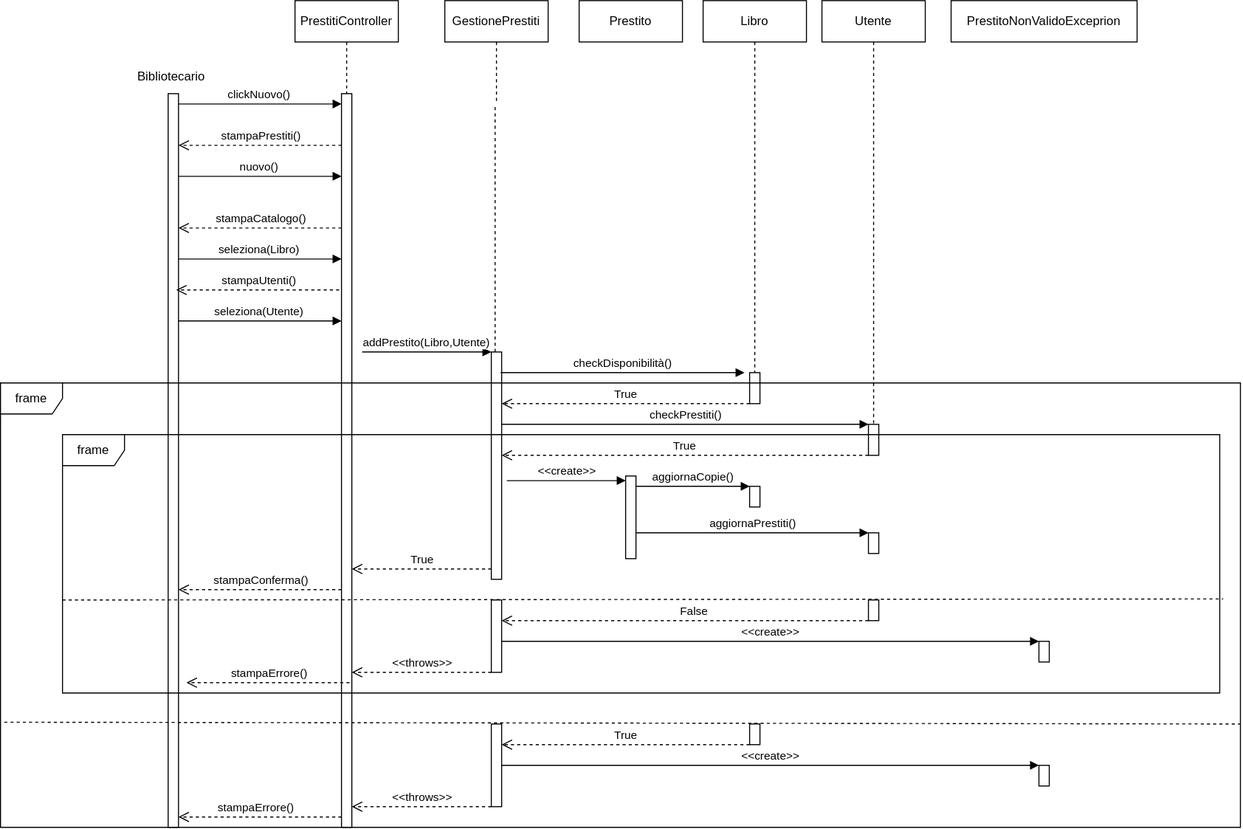
This is Design/DiagrammaSequenzaPrestito.svg from doppiaaa/Progetto-Biblioteca-Ingegneria-del-Software, a draw.io export, as it was before one commit. Source tidied: cells renumbered, new cells last; positions are measured from the earlier drawing's top-left corner, leaving out a move shared by most shapes.
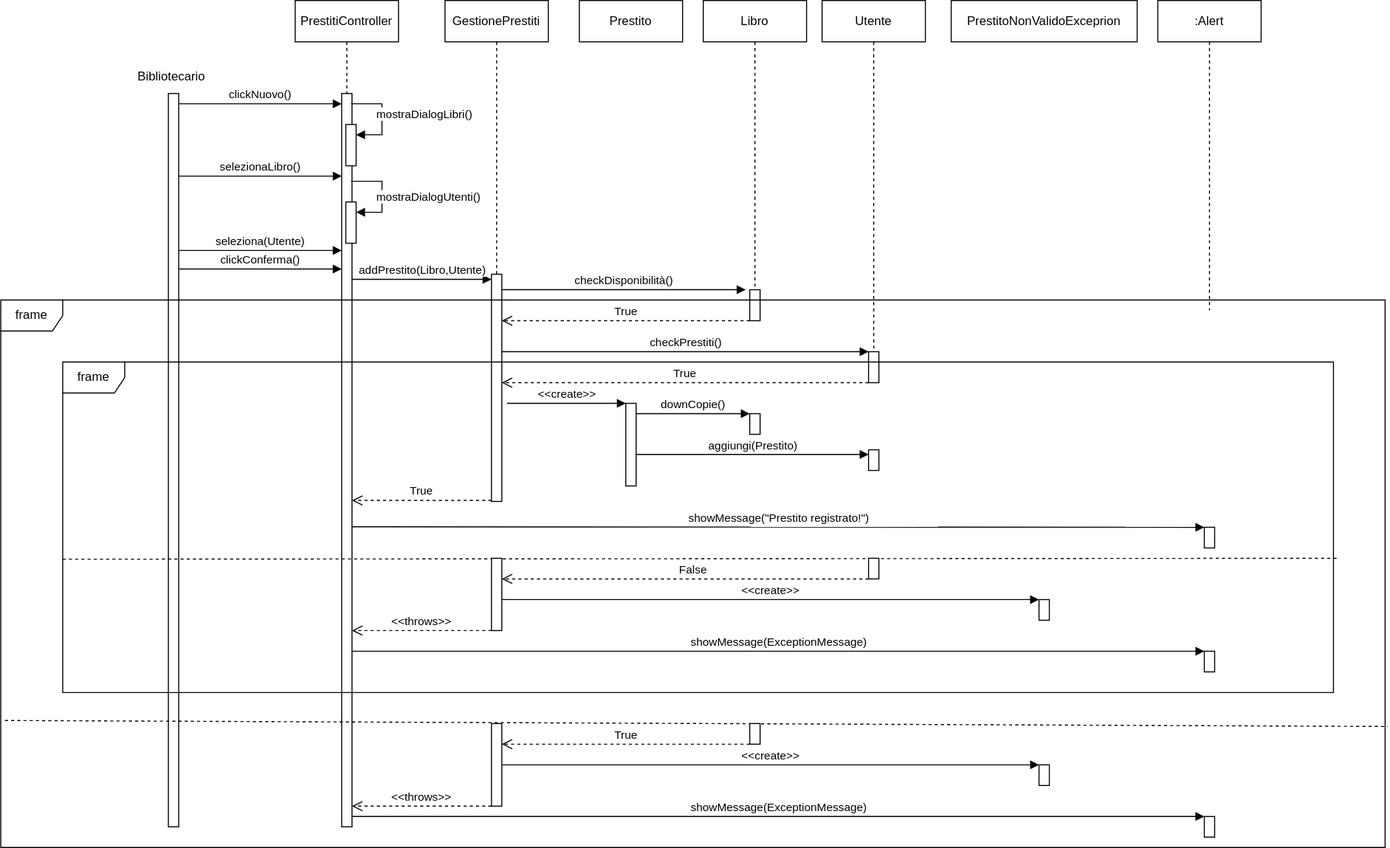
After the commit.

What changed in the source:
```diff
@@ -17,4 +17,7 @@
     <mxCell id="6" value="GestionePrestiti" style="shape=umlLifeline;perimeter=lifelinePerimeter;whiteSpace=wrap;html=1;outlineConnect=0;portConstraint=eastwest;newEdgeStyle={&quot;curved&quot;:0,&quot;rounded&quot;:0};" parent="1" vertex="1">
-      <mxGeometry x="430" width="100" height="100" as="geometry" />
+      <mxGeometry x="430" width="100" height="485" as="geometry" />
     </mxCell>
+    <mxCell id="19" style="html=1;points=[[0,0,0,0,5],[0,1,0,0,-5],[1,0,0,0,5],[1,1,0,0,-5]];perimeter=orthogonalPerimeter;outlineConnect=0;targetShapes=umlLifeline;portConstraint=eastwest;newEdgeStyle={&quot;curved&quot;:0,&quot;rounded&quot;:0};" parent="6" vertex="1">
+      <mxGeometry x="45" y="265" width="10" height="220" as="geometry" />
+    </mxCell>
     <mxCell id="7" value="Prestito" style="shape=umlLifeline;perimeter=lifelinePerimeter;whiteSpace=wrap;html=1;newEdgeStyle={&quot;curved&quot;:0,&quot;rounded&quot;:0};" parent="1" vertex="1">
@@ -23,7 +26,10 @@
     <mxCell id="8" value="Utente" style="shape=umlLifeline;perimeter=lifelinePerimeter;whiteSpace=wrap;html=1;newEdgeStyle={&quot;curved&quot;:0,&quot;rounded&quot;:0};" parent="1" vertex="1">
-      <mxGeometry x="795" width="100" height="410" as="geometry" />
+      <mxGeometry x="795" width="100" height="340" as="geometry" />
     </mxCell>
     <mxCell id="9" value="Libro" style="shape=umlLifeline;perimeter=lifelinePerimeter;whiteSpace=wrap;html=1;newEdgeStyle={&quot;curved&quot;:0,&quot;rounded&quot;:0};" parent="1" vertex="1">
-      <mxGeometry x="680" width="100" height="360" as="geometry" />
+      <mxGeometry x="680" width="100" height="280" as="geometry" />
     </mxCell>
+    <mxCell id="26" style="html=1;perimeter=orthogonalPerimeter;targetShapes=umlLifeline;newEdgeStyle={&quot;curved&quot;:0,&quot;rounded&quot;:0};" parent="9" vertex="1">
+      <mxGeometry x="45" y="280" width="10" height="30" as="geometry" />
+    </mxCell>
     <mxCell id="10" value="clickNuovo()" style="html=1;verticalAlign=bottom;endArrow=block;curved=0;rounded=0;" parent="1" edge="1" target="4">
@@ -33,22 +39,6 @@
     </mxCell>
-    <mxCell id="11" value="stampaPrestiti()" style="html=1;verticalAlign=bottom;endArrow=open;dashed=1;endSize=8;curved=0;rounded=0;" parent="1" edge="1">
-      <mxGeometry relative="1" as="geometry">
-        <mxPoint x="330" y="140" as="sourcePoint" />
-        <mxPoint x="172.2" y="140" as="targetPoint" />
-      </mxGeometry>
-    </mxCell>
-    <mxCell id="12" value="nuovo()" style="html=1;verticalAlign=bottom;endArrow=block;curved=0;rounded=0;" parent="1" edge="1" target="4">
-      <mxGeometry relative="1" as="geometry">
-        <mxPoint x="172.2" y="170" as="sourcePoint" />
-      </mxGeometry>
-    </mxCell>
-    <mxCell id="13" value="stampaCatalogo()" style="html=1;verticalAlign=bottom;endArrow=open;dashed=1;endSize=8;curved=0;rounded=0;" parent="1" edge="1">
-      <mxGeometry relative="1" as="geometry">
-        <mxPoint x="330" y="220" as="sourcePoint" />
-        <mxPoint x="172.2" y="220" as="targetPoint" />
-      </mxGeometry>
-    </mxCell>
-    <mxCell id="14" value="seleziona(Libro)" style="html=1;verticalAlign=bottom;endArrow=block;curved=0;rounded=0;" parent="1" edge="1" target="4">
+    <mxCell id="14" value="selezionaLibro()" style="html=1;verticalAlign=bottom;endArrow=block;curved=0;rounded=0;" parent="1" edge="1">
       <mxGeometry relative="1" as="geometry">
-        <mxPoint x="172.2" y="250" as="sourcePoint" />
+        <mxPoint x="172.2" y="170" as="sourcePoint" />
+        <mxPoint x="330" y="170" as="targetPoint" />
       </mxGeometry>
@@ -58,29 +48,20 @@
     </mxCell>
-    <mxCell id="16" value="stampaUtenti()" style="html=1;verticalAlign=bottom;endArrow=open;dashed=1;endSize=8;curved=0;rounded=0;" parent="1" edge="1">
-      <mxGeometry relative="1" as="geometry">
-        <mxPoint x="327.8" y="280" as="sourcePoint" />
-        <mxPoint x="170" y="280" as="targetPoint" />
-      </mxGeometry>
-    </mxCell>
     <mxCell id="17" value="seleziona(Utente)" style="html=1;verticalAlign=bottom;endArrow=block;curved=0;rounded=0;" parent="1" edge="1">
       <mxGeometry relative="1" as="geometry">
-        <mxPoint x="172.2" y="310" as="sourcePoint" />
-        <mxPoint x="330" y="310" as="targetPoint" />
+        <mxPoint x="172.2" y="242" as="sourcePoint" />
+        <mxPoint x="330" y="242" as="targetPoint" />
       </mxGeometry>
     </mxCell>
-    <mxCell id="18" style="endArrow=none;dashed=1;html=1;rounded=0;" parent="1" edge="1" source="19" target="6">
-      <mxGeometry relative="1" as="geometry" />
-    </mxCell>
-    <mxCell id="19" style="html=1;points=[[0,0,0,0,5],[0,1,0,0,-5],[1,0,0,0,5],[1,1,0,0,-5]];perimeter=orthogonalPerimeter;outlineConnect=0;targetShapes=umlLifeline;portConstraint=eastwest;newEdgeStyle={&quot;curved&quot;:0,&quot;rounded&quot;:0};" parent="1" vertex="1">
-      <mxGeometry x="475" y="340" width="10" height="220" as="geometry" />
-    </mxCell>
-    <mxCell id="20" value="addPrestito(Libro,Utente)" style="html=1;verticalAlign=bottom;endArrow=block;curved=0;rounded=0;" parent="1" edge="1" target="19">
+    <mxCell id="20" value="addPrestito(Libro,Utente)" style="html=1;verticalAlign=bottom;endArrow=block;curved=0;rounded=0;" parent="1" edge="1">
       <mxGeometry relative="1" as="geometry">
-        <mxPoint x="350" y="340" as="sourcePoint" />
+        <mxPoint x="340" y="270" as="sourcePoint" />
+        <mxPoint x="475" y="270" as="targetPoint" />
       </mxGeometry>
     </mxCell>
-    <mxCell id="21" value="checkPrestiti()" style="html=1;verticalAlign=bottom;endArrow=block;curved=0;rounded=0;" parent="1" edge="1" source="19" target="28">
+    <mxCell id="21" value="checkPrestiti()" style="html=1;verticalAlign=bottom;endArrow=block;curved=0;rounded=0;" parent="1" edge="1">
       <mxGeometry relative="1" as="geometry">
+        <mxPoint x="485" y="340" as="sourcePoint" />
+        <mxPoint x="840" y="340" as="targetPoint" />
         <Array as="points">
-          <mxPoint x="740" y="410" />
+          <mxPoint x="740" y="340" />
         </Array>
@@ -88,32 +69,12 @@
     </mxCell>
-    <mxCell id="22" value="stampaConferma()" style="html=1;verticalAlign=bottom;endArrow=open;dashed=1;endSize=8;curved=0;rounded=0;" parent="1" edge="1">
-      <mxGeometry relative="1" as="geometry">
-        <mxPoint x="330" y="570" as="sourcePoint" />
-        <mxPoint x="172.2" y="570" as="targetPoint" />
-      </mxGeometry>
-    </mxCell>
-    <mxCell id="23" style="html=1;verticalAlign=bottom;endArrow=open;dashed=1;endSize=8;curved=0;rounded=0;" parent="1" edge="1">
-      <mxGeometry relative="1" as="geometry">
-        <mxPoint x="330" y="790" as="sourcePoint" />
-        <mxPoint x="172.2" y="790" as="targetPoint" />
-      </mxGeometry>
-    </mxCell>
-    <mxCell id="24" value="stampaErrore()" style="edgeLabel;html=1;align=center;verticalAlign=middle;" parent="23" vertex="1">
-      <mxGeometry x="0.05" y="-1" relative="1" as="geometry">
-        <mxPoint y="-9" as="offset" />
-      </mxGeometry>
-    </mxCell>
     <mxCell id="25" value="checkDisponibilità()" style="html=1;verticalAlign=bottom;endArrow=block;curved=0;rounded=0;" parent="1" edge="1">
       <mxGeometry relative="1" as="geometry">
-        <mxPoint x="484" y="360" as="sourcePoint" />
-        <mxPoint x="720" y="360" as="targetPoint" />
+        <mxPoint x="485" y="280" as="sourcePoint" />
+        <mxPoint x="721" y="280" as="targetPoint" />
       </mxGeometry>
     </mxCell>
-    <mxCell id="26" style="html=1;perimeter=orthogonalPerimeter;targetShapes=umlLifeline;newEdgeStyle={&quot;curved&quot;:0,&quot;rounded&quot;:0};" parent="1" vertex="1">
-      <mxGeometry x="725" y="360" width="10" height="30" as="geometry" />
-    </mxCell>
     <mxCell id="27" value="True" style="html=1;verticalAlign=bottom;endArrow=open;dashed=1;endSize=8;curved=0;rounded=0;" parent="1" edge="1">
       <mxGeometry relative="1" as="geometry">
-        <mxPoint x="725" y="390" as="sourcePoint" />
-        <mxPoint x="485" y="390" as="targetPoint" />
+        <mxPoint x="725" y="310" as="sourcePoint" />
+        <mxPoint x="485" y="310" as="targetPoint" />
       </mxGeometry>
@@ -121,3 +82,3 @@
     <mxCell id="28" style="html=1;points=[[0,0,0,0,5],[0,1,0,0,-5],[1,0,0,0,5],[1,1,0,0,-5]];perimeter=orthogonalPerimeter;outlineConnect=0;targetShapes=umlLifeline;portConstraint=eastwest;newEdgeStyle={&quot;curved&quot;:0,&quot;rounded&quot;:0};" parent="1" vertex="1">
-      <mxGeometry x="840" y="410" width="10" height="30" as="geometry" />
+      <mxGeometry x="840" y="340" width="10" height="30" as="geometry" />
     </mxCell>
@@ -125,4 +86,4 @@
       <mxGeometry relative="1" as="geometry">
-        <mxPoint x="840" y="440" as="sourcePoint" />
-        <mxPoint x="485" y="440" as="targetPoint" />
+        <mxPoint x="840" y="370" as="sourcePoint" />
+        <mxPoint x="485" y="370" as="targetPoint" />
       </mxGeometry>
@@ -131,4 +92,4 @@
       <mxGeometry relative="1" as="geometry">
-        <mxPoint x="490" y="464.5" as="sourcePoint" />
-        <mxPoint x="605" y="464.5" as="targetPoint" />
+        <mxPoint x="490" y="390" as="sourcePoint" />
+        <mxPoint x="605" y="390" as="targetPoint" />
       </mxGeometry>
@@ -136,8 +97,8 @@
     <mxCell id="31" style="html=1;points=[[0,0,0,0,5],[0,1,0,0,-5],[1,0,0,0,5],[1,1,0,0,-5]];perimeter=orthogonalPerimeter;outlineConnect=0;targetShapes=umlLifeline;portConstraint=eastwest;newEdgeStyle={&quot;curved&quot;:0,&quot;rounded&quot;:0};" parent="1" vertex="1">
-      <mxGeometry x="605" y="460" width="10" height="80" as="geometry" />
+      <mxGeometry x="605" y="390" width="10" height="80" as="geometry" />
     </mxCell>
-    <mxCell id="32" value="aggiornaCopie()" style="html=1;verticalAlign=bottom;endArrow=block;curved=0;rounded=0;" parent="1" edge="1">
+    <mxCell id="32" value="downCopie()" style="html=1;verticalAlign=bottom;endArrow=block;curved=0;rounded=0;" parent="1" edge="1">
       <mxGeometry relative="1" as="geometry">
-        <mxPoint x="615" y="470" as="sourcePoint" />
-        <mxPoint x="725" y="470" as="targetPoint" />
+        <mxPoint x="615" y="400" as="sourcePoint" />
+        <mxPoint x="725" y="400" as="targetPoint" />
       </mxGeometry>
@@ -145,9 +106,12 @@
     <mxCell id="33" style="html=1;perimeter=orthogonalPerimeter;targetShapes=umlLifeline;newEdgeStyle={&quot;curved&quot;:0,&quot;rounded&quot;:0};" parent="1" vertex="1">
-      <mxGeometry x="725" y="470" width="10" height="20" as="geometry" />
+      <mxGeometry x="725" y="400" width="10" height="20" as="geometry" />
     </mxCell>
     <mxCell id="34" style="html=1;points=[[0,0,0,0,5],[0,1,0,0,-5],[1,0,0,0,5],[1,1,0,0,-5]];perimeter=orthogonalPerimeter;outlineConnect=0;targetShapes=umlLifeline;portConstraint=eastwest;newEdgeStyle={&quot;curved&quot;:0,&quot;rounded&quot;:0};" parent="1" vertex="1">
-      <mxGeometry x="840" y="515" width="10" height="20" as="geometry" />
+      <mxGeometry x="840" y="435" width="10" height="20" as="geometry" />
     </mxCell>
-    <mxCell id="35" value="aggiornaPrestiti()" style="html=1;verticalAlign=bottom;endArrow=block;curved=0;rounded=0;" parent="1" edge="1" source="31" target="34">
-      <mxGeometry relative="1" as="geometry" />
+    <mxCell id="35" value="aggiungi(Prestito)" style="html=1;verticalAlign=bottom;endArrow=block;curved=0;rounded=0;" parent="1" edge="1">
+      <mxGeometry relative="1" as="geometry">
+        <mxPoint x="615" y="439.5" as="sourcePoint" />
+        <mxPoint x="840" y="439.5" as="targetPoint" />
+      </mxGeometry>
     </mxCell>
@@ -155,4 +119,4 @@
       <mxGeometry relative="1" as="geometry">
-        <mxPoint x="475" y="550" as="sourcePoint" />
-        <mxPoint x="340" y="550" as="targetPoint" />
+        <mxPoint x="475" y="484" as="sourcePoint" />
+        <mxPoint x="340" y="484" as="targetPoint" />
       </mxGeometry>
@@ -160,11 +124,11 @@
     <mxCell id="37" value="frame" style="shape=umlFrame;whiteSpace=wrap;html=1;" parent="1" vertex="1">
-      <mxGeometry y="370" width="1200" height="430" as="geometry" />
+      <mxGeometry y="290" width="1340" height="530" as="geometry" />
     </mxCell>
     <mxCell id="38" value="frame" style="shape=umlFrame;whiteSpace=wrap;html=1;" parent="1" vertex="1">
-      <mxGeometry x="60" y="420" width="1120" height="250" as="geometry" />
+      <mxGeometry x="60" y="350" width="1230" height="320" as="geometry" />
     </mxCell>
-    <mxCell id="39" style="endArrow=none;dashed=1;html=1;rounded=0;exitX=0;exitY=0.691;exitDx=0;exitDy=0;exitPerimeter=0;entryX=1.003;entryY=0.687;entryDx=0;entryDy=0;entryPerimeter=0;" parent="1" edge="1">
+    <mxCell id="39" style="endArrow=none;dashed=1;html=1;rounded=0;exitX=0;exitY=0.691;exitDx=0;exitDy=0;exitPerimeter=0;entryX=1.003;entryY=0.716;entryDx=0;entryDy=0;entryPerimeter=0;" parent="1" edge="1">
       <mxGeometry relative="1" as="geometry">
-        <mxPoint x="60" y="580" as="sourcePoint" />
-        <mxPoint x="1183.4" y="579" as="targetPoint" />
+        <mxPoint x="60" y="540.9" as="sourcePoint" />
+        <mxPoint x="1293.7" y="540" as="targetPoint" />
       </mxGeometry>
@@ -172,10 +136,11 @@
     <mxCell id="40" style="html=1;perimeter=orthogonalPerimeter;targetShapes=umlLifeline;newEdgeStyle={&quot;curved&quot;:0,&quot;rounded&quot;:0};" parent="1" vertex="1">
-      <mxGeometry x="840" y="580" width="10" height="20" as="geometry" />
+      <mxGeometry x="840" y="540" width="10" height="20" as="geometry" />
     </mxCell>
     <mxCell id="41" style="html=1;points=[[0,0,0,0,5],[0,1,0,0,-5],[1,0,0,0,5],[1,1,0,0,-5]];perimeter=orthogonalPerimeter;outlineConnect=0;targetShapes=umlLifeline;portConstraint=eastwest;newEdgeStyle={&quot;curved&quot;:0,&quot;rounded&quot;:0};" parent="1" vertex="1">
-      <mxGeometry x="475" y="580" width="10" height="70" as="geometry" />
+      <mxGeometry x="475" y="540" width="10" height="70" as="geometry" />
     </mxCell>
-    <mxCell id="42" value="False" style="html=1;verticalAlign=bottom;endArrow=open;dashed=1;endSize=8;curved=0;rounded=0;" parent="1" edge="1" target="41">
+    <mxCell id="42" value="False" style="html=1;verticalAlign=bottom;endArrow=open;dashed=1;endSize=8;curved=0;rounded=0;" parent="1" edge="1">
       <mxGeometry x="-0.04" relative="1" as="geometry">
-        <mxPoint x="840" y="600" as="sourcePoint" />
+        <mxPoint x="840" y="560" as="sourcePoint" />
+        <mxPoint x="485" y="560" as="targetPoint" />
       </mxGeometry>
@@ -183,3 +148,3 @@
     <mxCell id="43" style="html=1;points=[[0,0,0,0,5],[0,1,0,0,-5],[1,0,0,0,5],[1,1,0,0,-5]];perimeter=orthogonalPerimeter;outlineConnect=0;targetShapes=umlLifeline;portConstraint=eastwest;newEdgeStyle={&quot;curved&quot;:0,&quot;rounded&quot;:0};" parent="1" vertex="1">
-      <mxGeometry x="1005" y="620" width="10" height="20" as="geometry" />
+      <mxGeometry x="1005" y="580" width="10" height="20" as="geometry" />
     </mxCell>
@@ -190,12 +155,6 @@
       <mxGeometry relative="1" as="geometry">
-        <mxPoint x="475" y="650" as="sourcePoint" />
-        <mxPoint x="340" y="650" as="targetPoint" />
+        <mxPoint x="475" y="610" as="sourcePoint" />
+        <mxPoint x="340" y="610" as="targetPoint" />
       </mxGeometry>
     </mxCell>
-    <mxCell id="46" value="stampaErrore()" style="html=1;verticalAlign=bottom;endArrow=open;dashed=1;endSize=8;curved=0;rounded=0;" parent="1" edge="1">
-      <mxGeometry relative="1" as="geometry">
-        <mxPoint x="337.8" y="660" as="sourcePoint" />
-        <mxPoint x="180" y="660" as="targetPoint" />
-      </mxGeometry>
-    </mxCell>
     <mxCell id="47" style="html=1;perimeter=orthogonalPerimeter;targetShapes=umlLifeline;newEdgeStyle={&quot;curved&quot;:0,&quot;rounded&quot;:0};" parent="1" vertex="1">
@@ -203,7 +162,4 @@
     </mxCell>
-    <mxCell id="48" style="endArrow=none;dashed=1;html=1;rounded=0;exitX=0.002;exitY=0.633;exitDx=0;exitDy=0;exitPerimeter=0;entryX=0.999;entryY=0.637;entryDx=0;entryDy=0;entryPerimeter=0;" parent="1" edge="1">
-      <mxGeometry relative="1" as="geometry">
-        <mxPoint x="3.6" y="698.3" as="sourcePoint" />
-        <mxPoint x="1200" y="700" as="targetPoint" />
-      </mxGeometry>
+    <mxCell id="48" style="endArrow=none;dashed=1;html=1;rounded=0;exitX=0.003;exitY=0.768;exitDx=0;exitDy=0;exitPerimeter=0;entryX=1.002;entryY=0.779;entryDx=0;entryDy=0;entryPerimeter=0;" parent="1" edge="1" source="37" target="37">
+      <mxGeometry relative="1" as="geometry" />
     </mxCell>
@@ -233,2 +189,54 @@
     </mxCell>
+    <mxCell id="54" style="html=1;points=[[0,0,0,0,5],[0,1,0,0,-5],[1,0,0,0,5],[1,1,0,0,-5]];perimeter=orthogonalPerimeter;outlineConnect=0;targetShapes=umlLifeline;portConstraint=eastwest;newEdgeStyle={&quot;curved&quot;:0,&quot;rounded&quot;:0};" parent="1" vertex="1">
+      <mxGeometry x="334" y="120" width="10" height="40" as="geometry" />
+    </mxCell>
+    <mxCell id="55" value="mostraDialogLibri()" style="html=1;align=left;spacingLeft=2;endArrow=block;rounded=0;edgeStyle=orthogonalEdgeStyle;curved=0;rounded=0;" parent="1" edge="1" target="54">
+      <mxGeometry x="-0.06" y="-9" relative="1" as="geometry">
+        <mxPoint x="339" y="100" as="sourcePoint" />
+        <Array as="points">
+          <mxPoint x="369" y="130" />
+        </Array>
+      </mxGeometry>
+    </mxCell>
+    <mxCell id="56" style="html=1;points=[[0,0,0,0,5],[0,1,0,0,-5],[1,0,0,0,5],[1,1,0,0,-5]];perimeter=orthogonalPerimeter;outlineConnect=0;targetShapes=umlLifeline;portConstraint=eastwest;newEdgeStyle={&quot;curved&quot;:0,&quot;rounded&quot;:0};" parent="1" vertex="1">
+      <mxGeometry x="334" y="195" width="10" height="40" as="geometry" />
+    </mxCell>
+    <mxCell id="57" value="mostraDialogUtenti()" style="html=1;align=left;spacingLeft=2;endArrow=block;rounded=0;edgeStyle=orthogonalEdgeStyle;curved=0;rounded=0;" parent="1" edge="1" target="56">
+      <mxGeometry x="0.06" y="-9" relative="1" as="geometry">
+        <mxPoint x="339" y="175" as="sourcePoint" />
+        <Array as="points">
+          <mxPoint x="369" y="205" />
+        </Array>
+      </mxGeometry>
+    </mxCell>
+    <mxCell id="58" value="clickConferma()" style="html=1;verticalAlign=bottom;endArrow=block;curved=0;rounded=0;" parent="1" edge="1" target="4">
+      <mxGeometry relative="1" as="geometry">
+        <mxPoint x="172.2" y="260" as="sourcePoint" />
+      </mxGeometry>
+    </mxCell>
+    <mxCell id="59" value=":Alert" style="shape=umlLifeline;perimeter=lifelinePerimeter;whiteSpace=wrap;html=1;newEdgeStyle={&quot;curved&quot;:0,&quot;rounded&quot;:0};" parent="1" vertex="1">
+      <mxGeometry x="1120" width="100" height="300" as="geometry" />
+    </mxCell>
+    <mxCell id="60" value="showMessage(&quot;Prestito registrato!&quot;)" style="html=1;verticalAlign=bottom;endArrow=block;curved=0;rounded=0;" parent="1" edge="1" target="61">
+      <mxGeometry relative="1" as="geometry">
+        <mxPoint x="340" y="509.5" as="sourcePoint" />
+      </mxGeometry>
+    </mxCell>
+    <mxCell id="61" style="html=1;points=[[0,0,0,0,5],[0,1,0,0,-5],[1,0,0,0,5],[1,1,0,0,-5]];perimeter=orthogonalPerimeter;outlineConnect=0;targetShapes=umlLifeline;portConstraint=eastwest;newEdgeStyle={&quot;curved&quot;:0,&quot;rounded&quot;:0};" parent="1" vertex="1">
+      <mxGeometry x="1165" y="510" width="10" height="20" as="geometry" />
+    </mxCell>
+    <mxCell id="62" style="html=1;points=[[0,0,0,0,5],[0,1,0,0,-5],[1,0,0,0,5],[1,1,0,0,-5]];perimeter=orthogonalPerimeter;outlineConnect=0;targetShapes=umlLifeline;portConstraint=eastwest;newEdgeStyle={&quot;curved&quot;:0,&quot;rounded&quot;:0};" parent="1" vertex="1">
+      <mxGeometry x="1165" y="630" width="10" height="20" as="geometry" />
+    </mxCell>
+    <mxCell id="63" value="showMessage(ExceptionMessage)" style="html=1;verticalAlign=bottom;endArrow=block;curved=0;rounded=0;" parent="1" edge="1" source="4" target="62">
+      <mxGeometry relative="1" as="geometry" />
+    </mxCell>
+    <mxCell id="64" style="html=1;points=[[0,0,0,0,5],[0,1,0,0,-5],[1,0,0,0,5],[1,1,0,0,-5]];perimeter=orthogonalPerimeter;outlineConnect=0;targetShapes=umlLifeline;portConstraint=eastwest;newEdgeStyle={&quot;curved&quot;:0,&quot;rounded&quot;:0};" parent="1" vertex="1">
+      <mxGeometry x="1165" y="790" width="10" height="20" as="geometry" />
+    </mxCell>
+    <mxCell id="65" value="showMessage(ExceptionMessage)" style="html=1;verticalAlign=bottom;endArrow=block;curved=0;rounded=0;" parent="1" edge="1" target="64">
+      <mxGeometry relative="1" as="geometry">
+        <mxPoint x="340" y="790" as="sourcePoint" />
+      </mxGeometry>
+    </mxCell>
   </root>
```
